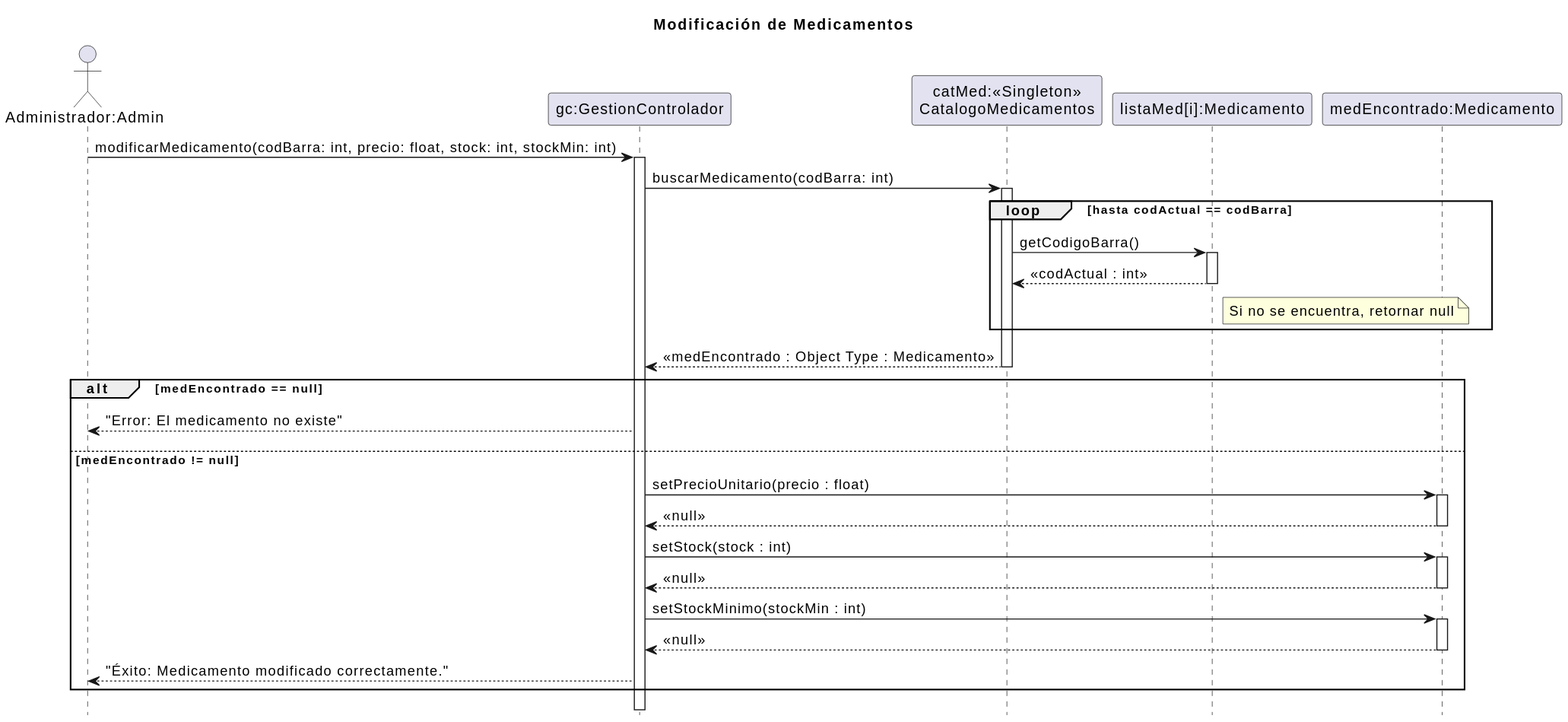
The PlantUML diagram 08 - Diagramas de Secuencia de Diseño/ModificacionMedicamento/modificacionMedicamento.svg in zEzequR/PF-I, before a commit.
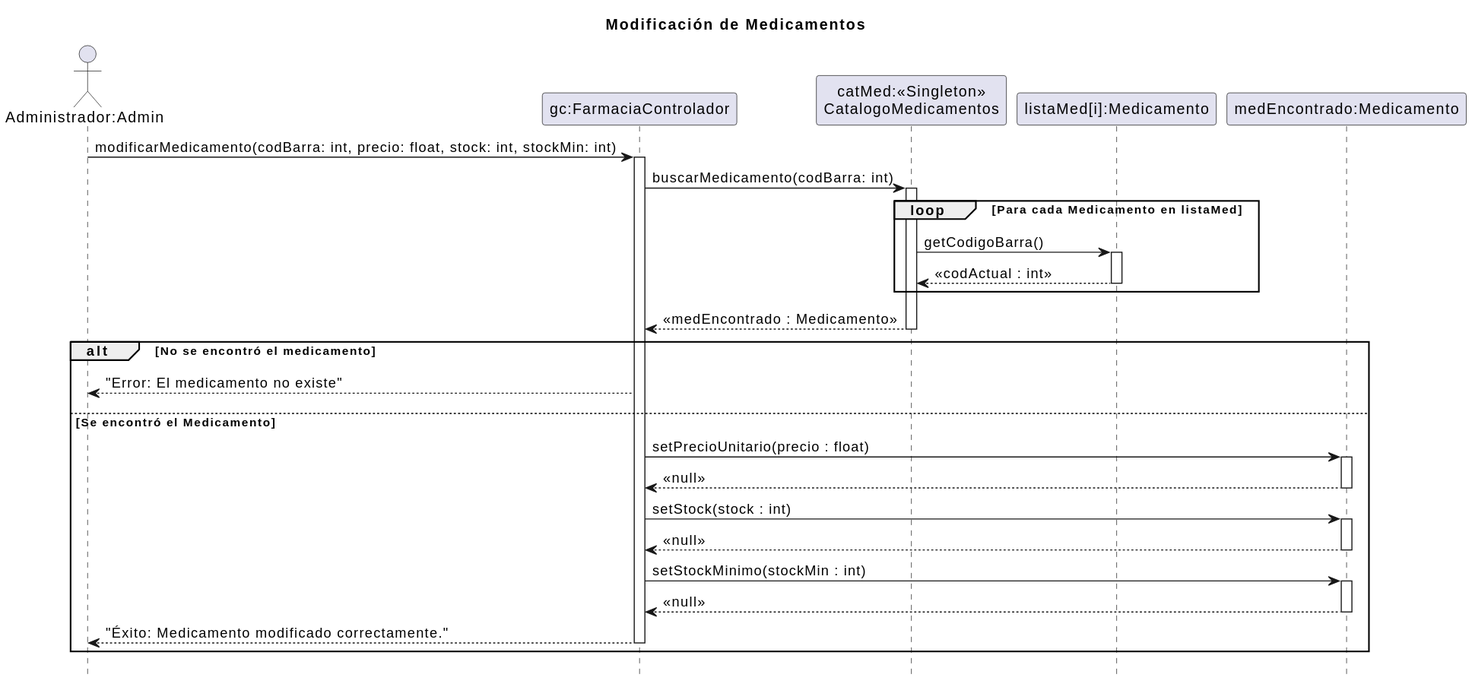
The same diagram one commit later.

What changed in the source:
```diff
@@ -4,7 +4,7 @@
 title Modificación de Medicamentos
 
 actor "Administrador:Admin" as admin
-participant "gc:GestionControlador" as gc
+participant "gc:FarmaciaControlador" as gc
 participant "catMed:<<Singleton>>\nCatalogoMedicamentos" as catMed
 participant "listaMed[i]:Medicamento" as arrayMed
 participant "medEncontrado:Medicamento" as medObj
@@ -15,24 +15,22 @@
 gc -> catMed : buscarMedicamento(codBarra: int)
 activate catMed
 
-loop hasta codActual == codBarra
+loop Para cada Medicamento en listaMed
     catMed -> arrayMed : getCodigoBarra()
     activate arrayMed
     arrayMed --> catMed : <<codActual : int>>
 
-    note right of arrayMed : Si no se encuentra, retornar null
-
     deactivate arrayMed
 end
 
-catMed --> gc : <<medEncontrado : Object Type : Medicamento>>
+catMed --> gc : <<medEncontrado : Medicamento>>
 deactivate catMed
 
-alt medEncontrado == null
+alt No se encontró el medicamento
 
     gc --> admin : "Error: El medicamento no existe"
 
-else medEncontrado != null
+else Se encontró el Medicamento
 
     gc -> medObj : setPrecioUnitario(precio : float)
     activate medObj
@@ -50,8 +48,7 @@
     deactivate medObj
 
     gc --> admin : "Éxito: Medicamento modificado correctamente."
+    deactivate gc
 
 end
-
-deactivate gc
 @enduml
```
